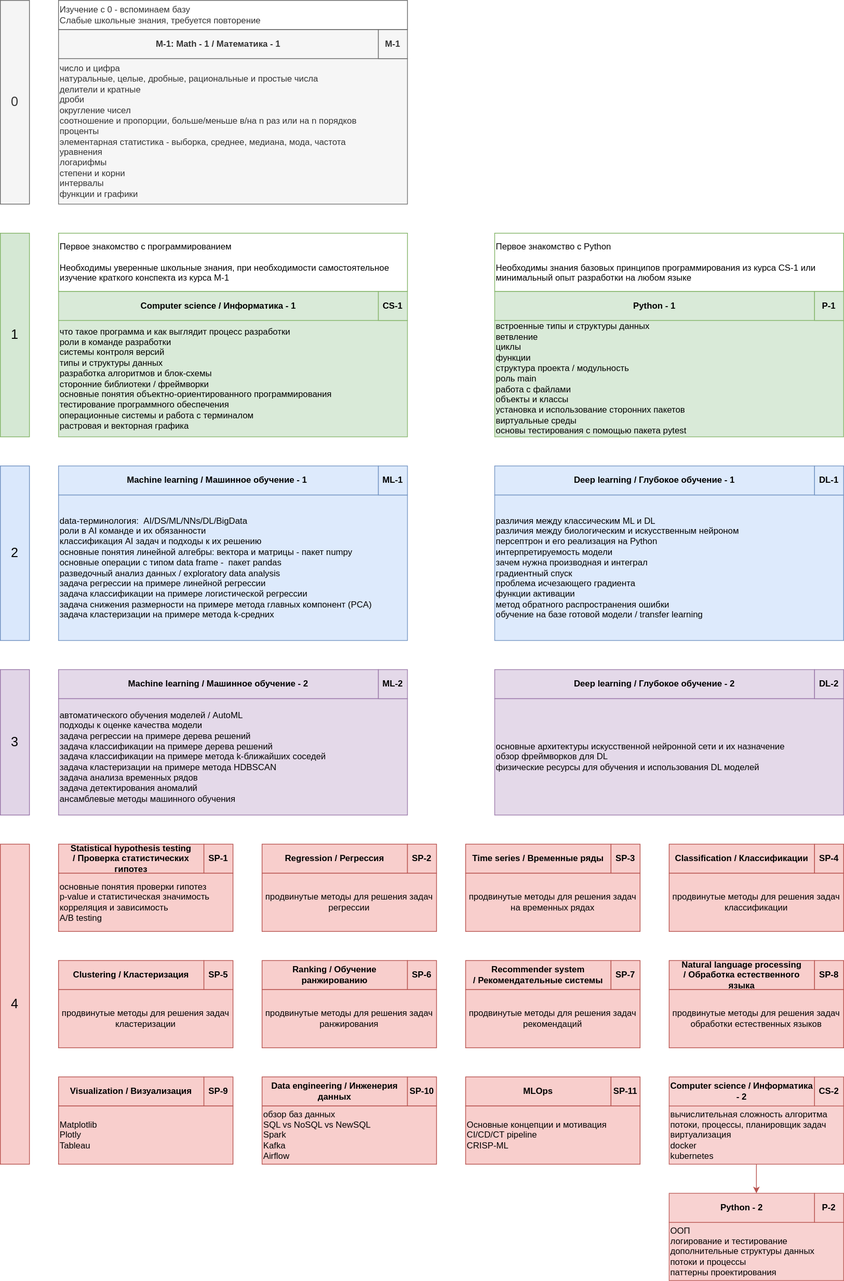
The draw.io diagram courses.drawio.svg in ryndovaira-org/data_science_lectures, before a commit. Source tidied: cells renumbered, new cells last; positions are measured from the earlier drawing's top-left corner, leaving out a move shared by most shapes.
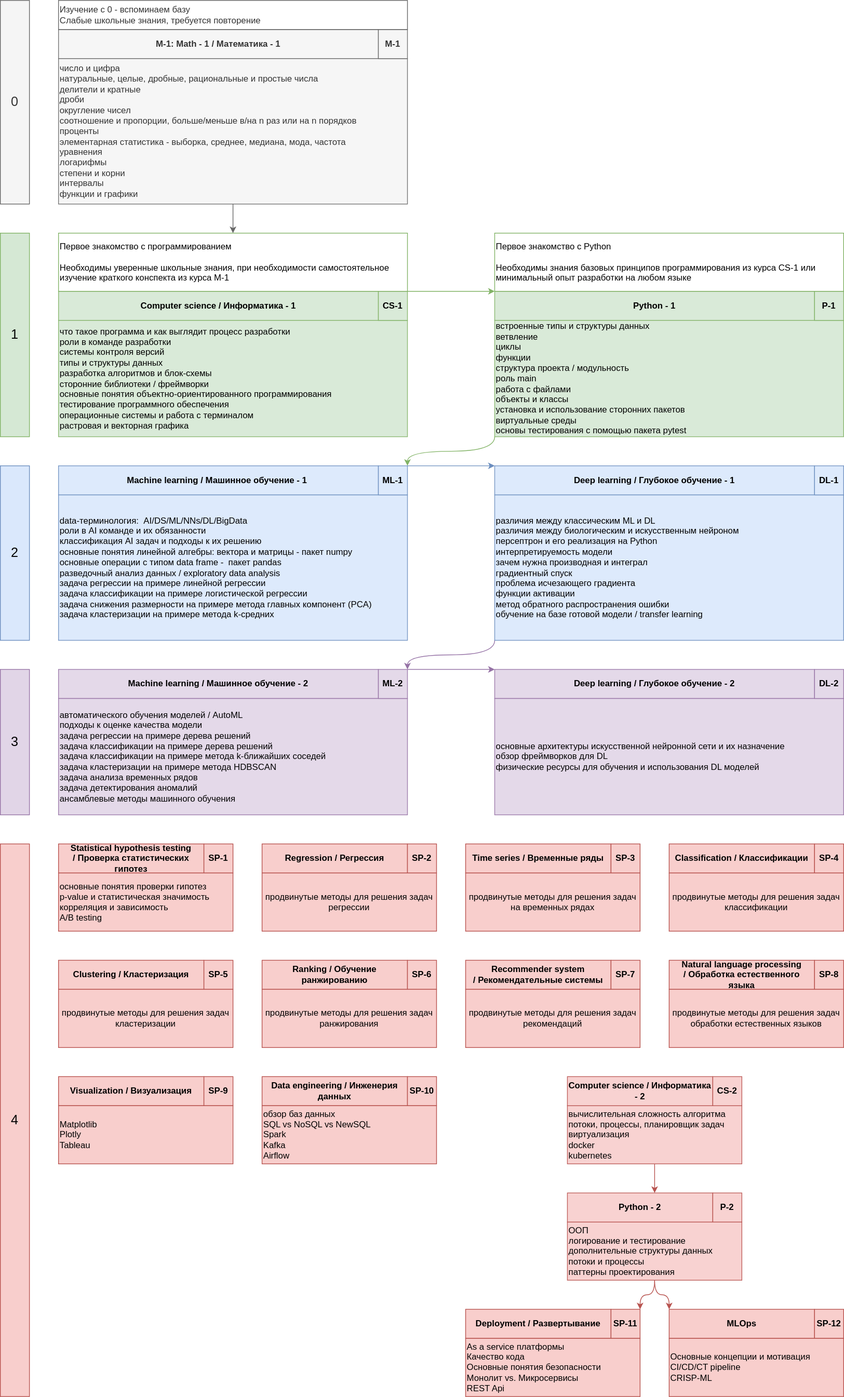
After the commit.

The edit, as a diff of the source:
```diff
@@ -5,6 +5,9 @@
     <mxCell id="2" value="M-1: Math - 1 / Математика - 1" style="rounded=0;whiteSpace=wrap;html=1;fillColor=#f5f5f5;strokeColor=#666666;opacity=90;fontStyle=1;fontColor=#333333;" parent="1" vertex="1">
       <mxGeometry x="80" y="40" width="440" height="40" as="geometry" />
     </mxCell>
+    <mxCell id="73" style="edgeStyle=orthogonalEdgeStyle;rounded=0;jettySize=auto;html=1;exitX=0.5;exitY=1;exitDx=0;exitDy=0;fillColor=#f5f5f5;strokeColor=#666666;" parent="1" edge="1" source="3" target="19">
+      <mxGeometry relative="1" as="geometry" />
+    </mxCell>
     <mxCell id="3" value="&lt;div&gt;число и цифра&lt;/div&gt;&lt;div&gt;натуральные, целые, дробные, рациональные и простые числа&lt;/div&gt;&lt;div&gt;&lt;span style=&quot;background-color: initial;&quot;&gt;делители и кратные&lt;/span&gt;&lt;br&gt;&lt;/div&gt;&lt;div&gt;дроби&lt;/div&gt;&lt;div&gt;округление чисел&lt;/div&gt;&lt;div&gt;соотношение и пропорции, больше/меньше в/на n раз или на n порядков&lt;/div&gt;&lt;div&gt;проценты&lt;/div&gt;&lt;div&gt;элементарная статистика - выборка, среднее, медиана, мода, частота&lt;/div&gt;&lt;div&gt;уравнения&lt;/div&gt;&lt;div&gt;логарифмы&lt;/div&gt;&lt;div&gt;степени и корни&lt;/div&gt;&lt;div&gt;интервалы&lt;/div&gt;&lt;div&gt;функции и графики&lt;/div&gt;" style="rounded=0;whiteSpace=wrap;html=1;fillColor=#f5f5f5;align=left;strokeColor=#666666;opacity=90;fontColor=#333333;" parent="1" vertex="1">
       <mxGeometry x="80" y="80" width="480" height="200" as="geometry" />
     </mxCell>
@@ -17,6 +20,9 @@
     <mxCell id="6" value="Deep learning /&amp;nbsp;Глубокое обучение - 1" style="rounded=0;whiteSpace=wrap;html=1;fillColor=#dae8fc;strokeColor=#6c8ebf;opacity=90;fontStyle=1;" parent="1" vertex="1">
       <mxGeometry x="680" y="640" width="440" height="40" as="geometry" />
     </mxCell>
+    <mxCell id="74" style="edgeStyle=orthogonalEdgeStyle;rounded=0;jettySize=auto;html=1;exitX=0;exitY=1;exitDx=0;exitDy=0;entryX=1;entryY=0;entryDx=0;entryDy=0;fillColor=#e1d5e7;strokeColor=#9673a6;curved=1;" parent="1" edge="1" source="7" target="22">
+      <mxGeometry relative="1" as="geometry" />
+    </mxCell>
     <mxCell id="7" value="&lt;div&gt;различия между классическим ML и DL&lt;/div&gt;&lt;div&gt;&lt;span style=&quot;background-color: initial;&quot;&gt;различия между биологическим и искусственным нейроном&lt;/span&gt;&lt;br&gt;&lt;/div&gt;&lt;div&gt;персептрон и его реализация на Python&lt;/div&gt;&lt;div&gt;интерпретируемость модели&lt;/div&gt;&lt;div&gt;зачем нужна производная и интеграл&lt;/div&gt;&lt;div&gt;градиентный спуск&lt;/div&gt;&lt;div&gt;проблема исчезающего градиента&lt;/div&gt;&lt;div&gt;функции активации&lt;/div&gt;&lt;div&gt;метод обратного распространения ошибки&lt;/div&gt;&lt;div&gt;обучение на базе готовой модели / transfer learning&lt;/div&gt;" style="rounded=0;whiteSpace=wrap;html=1;fillColor=#dae8fc;align=left;strokeColor=#6c8ebf;opacity=90;" parent="1" vertex="1">
       <mxGeometry x="680" y="680" width="480" height="200" as="geometry" />
     </mxCell>
@@ -29,6 +35,9 @@
     <mxCell id="10" value="Python - 1" style="rounded=0;whiteSpace=wrap;html=1;fillColor=#d5e8d4;strokeColor=#82b366;opacity=90;fontStyle=1;" parent="1" vertex="1">
       <mxGeometry x="680" y="400" width="440" height="40" as="geometry" />
     </mxCell>
+    <mxCell id="75" style="edgeStyle=orthogonalEdgeStyle;rounded=0;jettySize=auto;html=1;exitX=0;exitY=1;exitDx=0;exitDy=0;curved=1;fillColor=#d5e8d4;strokeColor=#82b366;entryX=1;entryY=0;entryDx=0;entryDy=0;" parent="1" edge="1" source="11" target="17">
+      <mxGeometry relative="1" as="geometry" />
+    </mxCell>
     <mxCell id="11" value="встроенные типы и структуры данных&lt;br&gt;ветвление&lt;br&gt;циклы&lt;br&gt;функции&lt;br&gt;структура проекта / модульность&lt;br style=&quot;border-color: var(--border-color);&quot;&gt;роль main&lt;br&gt;работа с файлами&lt;br&gt;объекты и классы&lt;br&gt;установка и использование сторонних пакетов&lt;br&gt;виртуальные среды&lt;br&gt;основы тестирования с помощью пакета pytest" style="rounded=0;whiteSpace=wrap;html=1;fillColor=#d5e8d4;align=left;strokeColor=#82b366;opacity=90;" parent="1" vertex="1">
       <mxGeometry x="680" y="440" width="480" height="160" as="geometry" />
     </mxCell>
@@ -41,12 +50,18 @@
     <mxCell id="14" value="P-1" style="rounded=0;whiteSpace=wrap;html=1;fillColor=#d5e8d4;strokeColor=#82b366;opacity=90;fontStyle=1;" parent="1" vertex="1">
       <mxGeometry x="1120" y="400" width="40" height="40" as="geometry" />
     </mxCell>
+    <mxCell id="76" style="rounded=0;jettySize=auto;html=1;exitX=1;exitY=0;exitDx=0;exitDy=0;fillColor=#d5e8d4;strokeColor=#82b366;entryX=0;entryY=1;entryDx=0;entryDy=0;" parent="1" edge="1" source="15" target="20">
+      <mxGeometry relative="1" as="geometry" />
+    </mxCell>
     <mxCell id="15" value="CS-1" style="rounded=0;whiteSpace=wrap;html=1;fillColor=#d5e8d4;strokeColor=#82b366;opacity=90;fontStyle=1;" parent="1" vertex="1">
       <mxGeometry x="520" y="400" width="40" height="40" as="geometry" />
     </mxCell>
     <mxCell id="16" value="M-1" style="rounded=0;whiteSpace=wrap;html=1;fillColor=#f5f5f5;strokeColor=#666666;opacity=90;fontStyle=1;fontColor=#333333;" parent="1" vertex="1">
       <mxGeometry x="520" y="40" width="40" height="40" as="geometry" />
     </mxCell>
+    <mxCell id="77" style="rounded=0;jettySize=auto;html=1;exitX=1;exitY=0;exitDx=0;exitDy=0;entryX=0;entryY=0;entryDx=0;entryDy=0;fillColor=#dae8fc;strokeColor=#6c8ebf;" parent="1" edge="1" source="17" target="6">
+      <mxGeometry relative="1" as="geometry" />
+    </mxCell>
     <mxCell id="17" value="ML-1" style="rounded=0;whiteSpace=wrap;html=1;fillColor=#dae8fc;strokeColor=#6c8ebf;opacity=90;fontStyle=1;" parent="1" vertex="1">
       <mxGeometry x="520" y="640" width="40" height="40" as="geometry" />
     </mxCell>
@@ -62,6 +77,9 @@
     <mxCell id="21" value="DL-1" style="rounded=0;whiteSpace=wrap;html=1;fillColor=#dae8fc;strokeColor=#6c8ebf;opacity=90;fontStyle=1;" parent="1" vertex="1">
       <mxGeometry x="1120" y="640" width="40" height="40" as="geometry" />
     </mxCell>
+    <mxCell id="78" style="rounded=0;jettySize=auto;html=1;exitX=1;exitY=0;exitDx=0;exitDy=0;entryX=0;entryY=0;entryDx=0;entryDy=0;fillColor=#e1d5e7;strokeColor=#9673a6;" parent="1" edge="1" source="22" target="27">
+      <mxGeometry relative="1" as="geometry" />
+    </mxCell>
     <mxCell id="22" value="ML-2" style="rounded=0;whiteSpace=wrap;html=1;fillColor=#e1d5e7;strokeColor=#9673a6;opacity=90;fontStyle=1;" parent="1" vertex="1">
       <mxGeometry x="520" y="920" width="40" height="40" as="geometry" />
     </mxCell>
@@ -177,19 +195,10 @@
       <mxGeometry y="920" width="40" height="200" as="geometry" />
     </mxCell>
     <mxCell id="60" value="4" style="rounded=0;whiteSpace=wrap;html=1;fillColor=#f8cecc;strokeColor=#b85450;fontSize=18;" parent="1" vertex="1">
-      <mxGeometry y="1160" width="40" height="440" as="geometry" />
+      <mxGeometry y="1160" width="40" height="760" as="geometry" />
     </mxCell>
-    <mxCell id="61" value="MLOps" style="rounded=0;whiteSpace=wrap;html=1;fillColor=#f8cecc;strokeColor=#b85450;fontStyle=1;" parent="1" vertex="1">
-      <mxGeometry x="640" y="1480" width="200" height="40" as="geometry" />
-    </mxCell>
-    <mxCell id="62" value="SP-11" style="rounded=0;whiteSpace=wrap;html=1;fillColor=#f8cecc;strokeColor=#b85450;fontStyle=1;" parent="1" vertex="1">
-      <mxGeometry x="840" y="1480" width="40" height="40" as="geometry" />
-    </mxCell>
-    <mxCell id="63" value="Основные концепции и мотивация&lt;br&gt;CI/CD/CT pipeline&lt;br&gt;CRISP-ML&lt;br&gt;" style="rounded=0;whiteSpace=wrap;html=1;fillColor=#f8cecc;strokeColor=#b85450;align=left;" parent="1" vertex="1">
-      <mxGeometry x="640" y="1520" width="240" height="80" as="geometry" />
-    </mxCell>
     <mxCell id="64" style="group;" parent="1" vertex="1">
-      <mxGeometry x="920" y="1640" width="240" height="120" as="geometry" />
+      <mxGeometry x="780" y="1640" width="240" height="120" as="geometry" />
     </mxCell>
     <mxCell id="65" value="&lt;div&gt;&lt;/div&gt;ООП&lt;br&gt;логирование и тестирование&lt;br&gt;дополнительные структуры данных&lt;br&gt;&lt;span style=&quot;background-color: initial;&quot;&gt;потоки и процессы&lt;/span&gt;&lt;br&gt;&lt;div&gt;&lt;span style=&quot;background-color: initial;&quot;&gt;паттерны проектирования&lt;/span&gt;&lt;br&gt;&lt;/div&gt;" style="rounded=0;whiteSpace=wrap;html=1;fillColor=#f8cecc;align=left;strokeColor=#b85450;opacity=90;" parent="64" vertex="1">
       <mxGeometry y="40" width="240" height="80" as="geometry" />
@@ -201,7 +210,7 @@
       <mxGeometry x="200" width="40" height="40" as="geometry" />
     </mxCell>
     <mxCell id="68" style="group;" parent="1" vertex="1">
-      <mxGeometry x="920" y="1480" width="240" height="120" as="geometry" />
+      <mxGeometry x="780" y="1480" width="240" height="120" as="geometry" />
     </mxCell>
     <mxCell id="69" value="&lt;div&gt;вычислительная сложность алгоритма&lt;/div&gt;&lt;span style=&quot;background-color: initial;&quot;&gt;потоки, процессы, планировщик задач&lt;/span&gt;&lt;br&gt;&lt;div&gt;&lt;span style=&quot;background-color: initial;&quot;&gt;виртуализация&lt;/span&gt;&lt;br&gt;&lt;/div&gt;&lt;div&gt;&lt;span style=&quot;background-color: initial;&quot;&gt;docker&lt;/span&gt;&lt;/div&gt;&lt;div&gt;kubernetes&lt;br&gt;&lt;/div&gt;" style="rounded=0;whiteSpace=wrap;html=1;fillColor=#f8cecc;align=left;strokeColor=#b85450;opacity=90;" parent="68" vertex="1">
       <mxGeometry y="40" width="240" height="80" as="geometry" />
@@ -214,8 +223,38 @@
     </mxCell>
     <mxCell id="72" style="edgeStyle=orthogonalEdgeStyle;rounded=0;jettySize=auto;html=1;exitX=0.5;exitY=1;exitDx=0;exitDy=0;fillColor=#f8cecc;strokeColor=#b85450;" parent="1" edge="1" source="69">
       <mxGeometry relative="1" as="geometry">
-        <mxPoint x="1040" y="1640" as="targetPoint" />
+        <mxPoint x="900" y="1640" as="targetPoint" />
       </mxGeometry>
     </mxCell>
+    <mxCell id="79" style="group;" parent="1" vertex="1">
+      <mxGeometry x="640" y="1800" width="240" height="120" as="geometry" />
+    </mxCell>
+    <mxCell id="80" value="Deployment /&amp;nbsp;Развертывание" style="rounded=0;whiteSpace=wrap;html=1;fillColor=#f8cecc;strokeColor=#b85450;fontStyle=1;" parent="79" vertex="1">
+      <mxGeometry width="200" height="40" as="geometry" />
+    </mxCell>
+    <mxCell id="81" value="SP-11" style="rounded=0;whiteSpace=wrap;html=1;fillColor=#f8cecc;strokeColor=#b85450;fontStyle=1;" parent="79" vertex="1">
+      <mxGeometry x="200" width="40" height="40" as="geometry" />
+    </mxCell>
+    <mxCell id="82" value="As a service платформы&lt;br&gt;Качество кода&lt;br&gt;Основные понятия безопасности&lt;br&gt;Монолит vs. Микросервисы&lt;br&gt;REST Api" style="rounded=0;whiteSpace=wrap;html=1;fillColor=#f8cecc;strokeColor=#b85450;align=left;" parent="79" vertex="1">
+      <mxGeometry y="40" width="240" height="80" as="geometry" />
+    </mxCell>
+    <mxCell id="83" style="group;" parent="1" vertex="1">
+      <mxGeometry x="920" y="1800" width="240" height="120" as="geometry" />
+    </mxCell>
+    <mxCell id="61" value="MLOps" style="rounded=0;whiteSpace=wrap;html=1;fillColor=#f8cecc;strokeColor=#b85450;fontStyle=1;" parent="83" vertex="1">
+      <mxGeometry width="200" height="40" as="geometry" />
+    </mxCell>
+    <mxCell id="62" value="SP-12" style="rounded=0;whiteSpace=wrap;html=1;fillColor=#f8cecc;strokeColor=#b85450;fontStyle=1;" parent="83" vertex="1">
+      <mxGeometry x="200" width="40" height="40" as="geometry" />
+    </mxCell>
+    <mxCell id="63" value="Основные концепции и мотивация&lt;br&gt;CI/CD/CT pipeline&lt;br&gt;CRISP-ML&lt;br&gt;" style="rounded=0;whiteSpace=wrap;html=1;fillColor=#f8cecc;strokeColor=#b85450;align=left;" parent="83" vertex="1">
+      <mxGeometry y="40" width="240" height="80" as="geometry" />
+    </mxCell>
+    <mxCell id="84" style="rounded=0;jettySize=auto;html=1;fillColor=#f8cecc;strokeColor=#b85450;elbow=vertical;edgeStyle=orthogonalEdgeStyle;entryX=1;entryY=0;entryDx=0;entryDy=0;exitX=0.5;exitY=1;exitDx=0;exitDy=0;curved=1;" parent="1" edge="1" source="65" target="81">
+      <mxGeometry relative="1" as="geometry" />
+    </mxCell>
+    <mxCell id="85" style="rounded=0;jettySize=auto;html=1;exitX=0.5;exitY=1;exitDx=0;exitDy=0;fillColor=#f8cecc;strokeColor=#b85450;elbow=vertical;edgeStyle=orthogonalEdgeStyle;curved=1;entryX=0;entryY=0;entryDx=0;entryDy=0;" parent="1" edge="1" source="65" target="61">
+      <mxGeometry relative="1" as="geometry" />
+    </mxCell>
   </root>
 </mxGraphModel>
```
